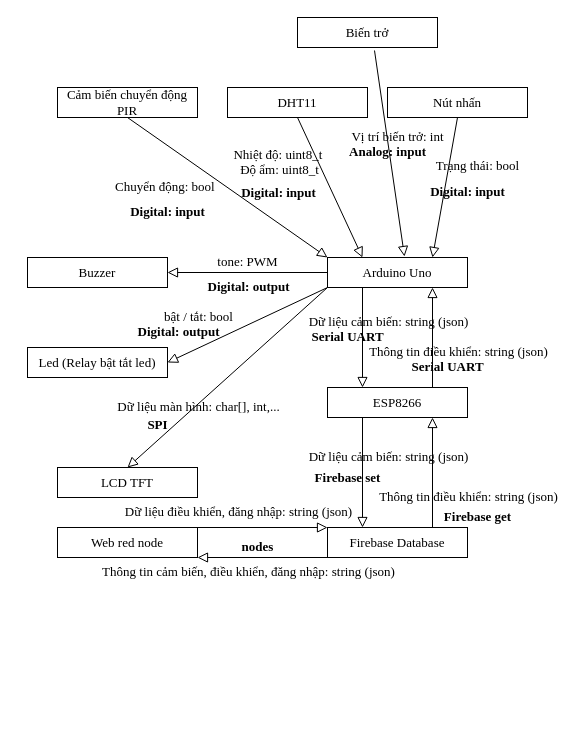
This is so_do_truyen_nhan_du_lieu.drawio from ndhung1104/VLCNTT, a draw.io file, before an edit. Source tidied: cells renumbered, new cells numbered last; positions are measured from the earlier drawing's top-left corner, leaving out a move shared by most shapes. Both pictures are drawn from the tidied source at 100%, with x=0, y=0 at pixel (27, 17).
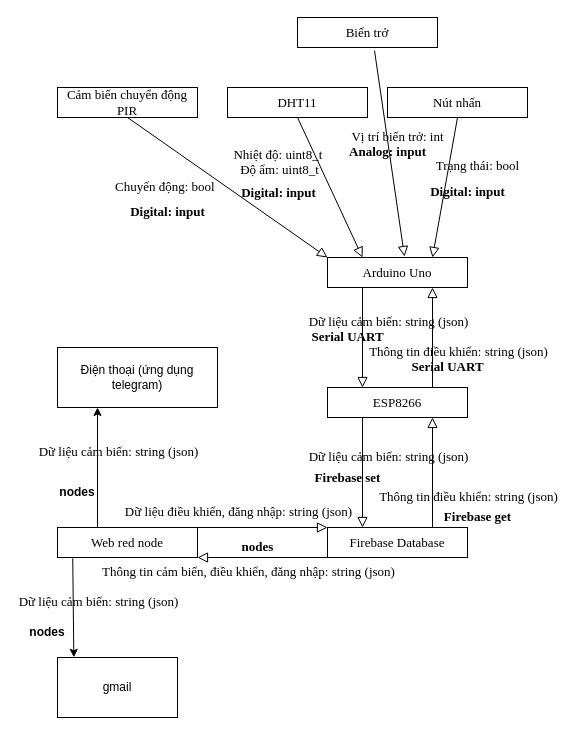
After the change.

Unchanged cells that the change refers to:
```xml
<mxCell id="2" value="Arduino Uno" style="fontStyle=0;whiteSpace=wrap;html=1;fontFamily=Times New Roman;fontSize=13;" parent="1" vertex="1">
  <mxGeometry x="300" y="240" width="140" height="30" as="geometry" />
</mxCell>
<mxCell id="25" value="&lt;div&gt;Firebase set&lt;/div&gt;" style="endArrow=block;html=1;rounded=0;align=center;verticalAlign=bottom;endFill=0;labelBackgroundColor=none;endSize=8;entryX=0.25;entryY=0;entryDx=0;entryDy=0;exitX=0.25;exitY=1;exitDx=0;exitDy=0;fontFamily=Times New Roman;fontSize=13;fontStyle=1;" parent="1" edge="1" source="5" target="24">
  <mxGeometry x="0.27" y="-15" relative="1" as="geometry">
    <mxPoint y="1" as="offset" />
  </mxGeometry>
</mxCell>
<mxCell id="31" value="Web red node" style="fontStyle=0;whiteSpace=wrap;html=1;fontFamily=Times New Roman;fontSize=13;" parent="1" vertex="1">
  <mxGeometry x="30" y="510" width="140" height="30" as="geometry" />
</mxCell>
```

Change to the diagram source:
```diff
@@
-    <mxCell id="6" value="LCD TFT" style="fontStyle=0;whiteSpace=wrap;html=1;fontFamily=Times New Roman;fontSize=13;" parent="1" vertex="1">
-      <mxGeometry x="30" y="450" width="140" height="30" as="geometry" />
-    </mxCell>
-    <mxCell id="7" value="Buzzer" style="fontStyle=0;whiteSpace=wrap;html=1;fontFamily=Times New Roman;fontSize=13;" parent="1" vertex="1">
-      <mxGeometry y="240" width="140" height="30" as="geometry" />
-    </mxCell>
-    <mxCell id="8" value="Led (Relay bật tắt led)" style="fontStyle=0;whiteSpace=wrap;html=1;fontFamily=Times New Roman;fontSize=13;" parent="1" vertex="1">
-      <mxGeometry y="330" width="140" height="30" as="geometry" />
-    </mxCell>
@@
-    <mxCell id="11" value="&lt;span&gt;tone: PWM&lt;/span&gt;" style="endArrow=block;html=1;rounded=0;align=center;verticalAlign=bottom;endFill=0;labelBackgroundColor=none;endSize=8;exitX=0;exitY=0.5;exitDx=0;exitDy=0;entryX=1;entryY=0.5;entryDx=0;entryDy=0;fontFamily=Times New Roman;fontSize=13;fontStyle=0;" parent="1" edge="1" source="2" target="7">
-      <mxGeometry relative="1" as="geometry" />
-    </mxCell>
-    <mxCell id="12" value="Digital: output" style="html=1;align=center;verticalAlign=top;labelBackgroundColor=none;fontFamily=Times New Roman;fontSize=13;fontStyle=1;" parent="11" vertex="1">
-      <mxGeometry relative="1" as="geometry" />
-    </mxCell>
-    <mxCell id="13" value="&lt;span&gt;bật / tắt: bool&lt;/span&gt;" style="endArrow=block;html=1;rounded=0;align=center;verticalAlign=bottom;endFill=0;labelBackgroundColor=none;endSize=8;exitX=0;exitY=1;exitDx=0;exitDy=0;entryX=1;entryY=0.5;entryDx=0;entryDy=0;fontFamily=Times New Roman;fontSize=13;fontStyle=0;" parent="1" edge="1" source="2" target="8">
-      <mxGeometry x="0.52" y="-19" relative="1" as="geometry" />
-    </mxCell>
-    <mxCell id="14" value="Digital: output" style="html=1;align=center;verticalAlign=top;labelBackgroundColor=none;fontFamily=Times New Roman;fontSize=13;fontStyle=1;" parent="13" vertex="1">
-      <mxGeometry relative="1" as="geometry">
-        <mxPoint x="-70" y="-7" as="offset" />
-      </mxGeometry>
-    </mxCell>
-    <mxCell id="15" value="&lt;span&gt;Dữ liệu màn hình: char[], int,...&lt;/span&gt;" style="endArrow=block;html=1;rounded=0;align=center;verticalAlign=bottom;endFill=0;labelBackgroundColor=none;endSize=8;entryX=0.5;entryY=0;entryDx=0;entryDy=0;fontFamily=Times New Roman;fontSize=13;fontStyle=0;" parent="1" edge="1" target="6">
-      <mxGeometry x="0.36" y="10" relative="1" as="geometry">
-        <mxPoint x="300" y="270" as="sourcePoint" />
-      </mxGeometry>
-    </mxCell>
-    <mxCell id="16" value="SPI" style="html=1;align=center;verticalAlign=top;labelBackgroundColor=none;fontFamily=Times New Roman;fontSize=13;fontStyle=1;" parent="15" vertex="1">
-      <mxGeometry relative="1" as="geometry">
-        <mxPoint x="-70" y="33" as="offset" />
-      </mxGeometry>
-    </mxCell>
@@
+    <mxCell id="39" value="Dữ liệu cảm biến: string (json)" style="html=1;align=center;verticalAlign=top;labelBackgroundColor=none;fontFamily=Times New Roman;fontSize=13;fontStyle=0;" parent="25" vertex="1">
+      <mxGeometry relative="1" as="geometry">
+        <mxPoint x="-245" y="-35" as="offset" />
+      </mxGeometry>
+    </mxCell>
+    <mxCell id="40" value="Dữ liệu cảm biến: string (json)" style="html=1;align=center;verticalAlign=top;labelBackgroundColor=none;fontFamily=Times New Roman;fontSize=13;fontStyle=0;" parent="25" vertex="1">
+      <mxGeometry relative="1" as="geometry">
+        <mxPoint x="-265" y="115" as="offset" />
+      </mxGeometry>
+    </mxCell>
@@
+    <mxCell id="41" value="Điện thoại (ứng dụng telegram)" style="rounded=0;whiteSpace=wrap;html=1;" parent="1" vertex="1">
+      <mxGeometry x="30" y="330" width="160" height="60" as="geometry" />
+    </mxCell>
+    <mxCell id="42" style="endArrow=classic;html=1;rounded=0;entryX=0.25;entryY=1;entryDx=0;entryDy=0;" parent="1" edge="1" target="41">
+      <mxGeometry relative="1" as="geometry">
+        <mxPoint x="70" y="510" as="sourcePoint" />
+      </mxGeometry>
+    </mxCell>
+    <mxCell id="43" value="&lt;b&gt;nodes&lt;/b&gt;" style="text;html=1;align=center;verticalAlign=middle;whiteSpace=wrap;rounded=0;" parent="1" vertex="1">
+      <mxGeometry x="20" y="460" width="60" height="30" as="geometry" />
+    </mxCell>
+    <mxCell id="44" value="gmail" style="rounded=0;whiteSpace=wrap;html=1;" parent="1" vertex="1">
+      <mxGeometry x="30" y="640" width="120" height="60" as="geometry" />
+    </mxCell>
+    <mxCell id="45" style="endArrow=classic;html=1;rounded=0;exitX=0.109;exitY=1.026;exitDx=0;exitDy=0;exitPerimeter=0;entryX=0.136;entryY=-0.003;entryDx=0;entryDy=0;entryPerimeter=0;" parent="1" edge="1" source="31" target="44">
+      <mxGeometry relative="1" as="geometry" />
+    </mxCell>
+    <mxCell id="46" value="&lt;b&gt;nodes&lt;/b&gt;" style="text;html=1;align=center;verticalAlign=middle;whiteSpace=wrap;rounded=0;" parent="1" vertex="1">
+      <mxGeometry x="-10" y="600" width="60" height="30" as="geometry" />
+    </mxCell>
```
